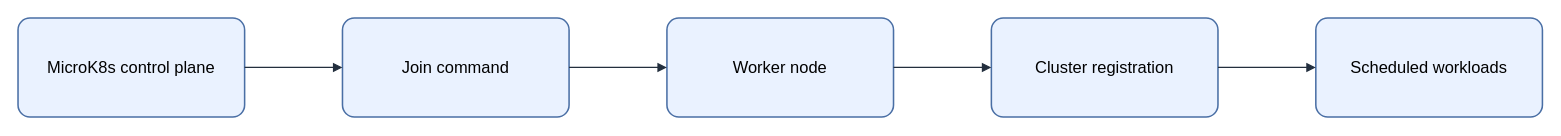
Earlier version of the draw.io diagram assets/img/kubernetes/microk8s-worker-join.drawio (KKamJi98/kkamji98.github.io). Source tidied: cells renumbered, new cells numbered last; positions are measured from the earlier drawing's top-left corner, leaving out a move shared by most shapes. Both pictures are drawn from the tidied source at 103%, with x=0, y=0 at pixel (18, 18).
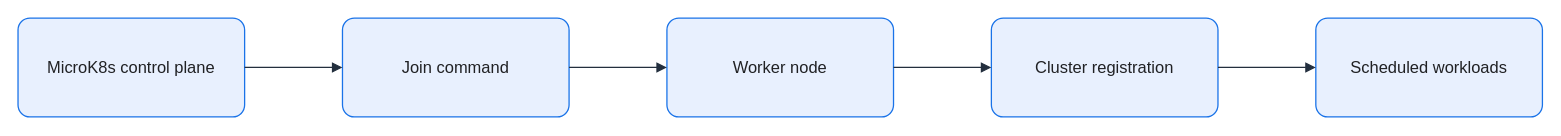
After the change.

What changed in the source:
```diff
@@
 <mxGraphModel background="#FFFFFF">
   <root>
     <mxCell id="0" />
     <mxCell id="1" parent="0" />
-    <mxCell id="2" value="MicroK8s control plane" style="rounded=1;arcSize=12;whiteSpace=wrap;html=0;fillColor=#EAF2FF;strokeColor=#4A6FA5;strokeWidth=1.5;fontColor=#000000;fontSize=16;align=center;verticalAlign=middle;spacing=8;shadow=0;" parent="1" vertex="1">
+    <mxCell id="2" value="MicroK8s control plane" style="rounded=1;arcSize=12;whiteSpace=wrap;html=0;fillColor=#E8F0FE;strokeColor=#1A73E8;strokeWidth=1.25;fontColor=#202124;fontSize=16;align=center;verticalAlign=middle;spacing=8;shadow=0;" parent="1" vertex="1">
       <mxGeometry width="220" height="96" as="geometry" />
     </mxCell>
-    <mxCell id="3" value="Join command" style="rounded=1;arcSize=12;whiteSpace=wrap;html=0;fillColor=#EAF2FF;strokeColor=#4A6FA5;strokeWidth=1.5;fontColor=#000000;fontSize=16;align=center;verticalAlign=middle;spacing=8;shadow=0;" parent="1" vertex="1">
+    <mxCell id="3" value="Join command" style="rounded=1;arcSize=12;whiteSpace=wrap;html=0;fillColor=#E8F0FE;strokeColor=#1A73E8;strokeWidth=1.25;fontColor=#202124;fontSize=16;align=center;verticalAlign=middle;spacing=8;shadow=0;" parent="1" vertex="1">
       <mxGeometry x="315" width="220" height="96" as="geometry" />
     </mxCell>
-    <mxCell id="4" value="Worker node" style="rounded=1;arcSize=12;whiteSpace=wrap;html=0;fillColor=#EAF2FF;strokeColor=#4A6FA5;strokeWidth=1.5;fontColor=#000000;fontSize=16;align=center;verticalAlign=middle;spacing=8;shadow=0;" parent="1" vertex="1">
+    <mxCell id="4" value="Worker node" style="rounded=1;arcSize=12;whiteSpace=wrap;html=0;fillColor=#E8F0FE;strokeColor=#1A73E8;strokeWidth=1.25;fontColor=#202124;fontSize=16;align=center;verticalAlign=middle;spacing=8;shadow=0;" parent="1" vertex="1">
       <mxGeometry x="630" width="220" height="96" as="geometry" />
     </mxCell>
-    <mxCell id="5" value="Cluster registration" style="rounded=1;arcSize=12;whiteSpace=wrap;html=0;fillColor=#EAF2FF;strokeColor=#4A6FA5;strokeWidth=1.5;fontColor=#000000;fontSize=16;align=center;verticalAlign=middle;spacing=8;shadow=0;" parent="1" vertex="1">
+    <mxCell id="5" value="Cluster registration" style="rounded=1;arcSize=12;whiteSpace=wrap;html=0;fillColor=#E8F0FE;strokeColor=#1A73E8;strokeWidth=1.25;fontColor=#202124;fontSize=16;align=center;verticalAlign=middle;spacing=8;shadow=0;" parent="1" vertex="1">
       <mxGeometry x="945" width="220" height="96" as="geometry" />
     </mxCell>
-    <mxCell id="6" value="Scheduled workloads" style="rounded=1;arcSize=12;whiteSpace=wrap;html=0;fillColor=#EAF2FF;strokeColor=#4A6FA5;strokeWidth=1.5;fontColor=#000000;fontSize=16;align=center;verticalAlign=middle;spacing=8;shadow=0;" parent="1" vertex="1">
+    <mxCell id="6" value="Scheduled workloads" style="rounded=1;arcSize=12;whiteSpace=wrap;html=0;fillColor=#E8F0FE;strokeColor=#1A73E8;strokeWidth=1.25;fontColor=#202124;fontSize=16;align=center;verticalAlign=middle;spacing=8;shadow=0;" parent="1" vertex="1">
       <mxGeometry x="1260" width="220" height="96" as="geometry" />
     </mxCell>
-    <mxCell id="7" style="edgeStyle=orthogonalEdgeStyle;rounded=0;jettySize=auto;html=0;endArrow=block;endFill=1;strokeColor=#232F3E;strokeWidth=1.25;fontColor=#000000;labelBackgroundColor=none;exitX=1;exitY=0.5;exitDx=0;exitDy=0;entryX=0;entryY=0.5;entryDx=0;entryDy=0;" parent="1" edge="1" source="2" target="3">
+    <mxCell id="7" style="edgeStyle=orthogonalEdgeStyle;rounded=0;jettySize=auto;html=0;endArrow=block;endFill=1;strokeColor=#232F3E;strokeWidth=1.25;fontColor=#202124;labelBackgroundColor=none;exitX=1;exitY=0.5;exitDx=0;exitDy=0;entryX=0;entryY=0.5;entryDx=0;entryDy=0;endSize=7;" parent="1" edge="1" source="2" target="3">
       <mxGeometry relative="1" as="geometry" />
     </mxCell>
-    <mxCell id="8" style="edgeStyle=orthogonalEdgeStyle;rounded=0;jettySize=auto;html=0;endArrow=block;endFill=1;strokeColor=#232F3E;strokeWidth=1.25;fontColor=#000000;labelBackgroundColor=none;exitX=1;exitY=0.5;exitDx=0;exitDy=0;entryX=0;entryY=0.5;entryDx=0;entryDy=0;" parent="1" edge="1" source="3" target="4">
+    <mxCell id="8" style="edgeStyle=orthogonalEdgeStyle;rounded=0;jettySize=auto;html=0;endArrow=block;endFill=1;strokeColor=#232F3E;strokeWidth=1.25;fontColor=#202124;labelBackgroundColor=none;exitX=1;exitY=0.5;exitDx=0;exitDy=0;entryX=0;entryY=0.5;entryDx=0;entryDy=0;endSize=7;" parent="1" edge="1" source="3" target="4">
       <mxGeometry relative="1" as="geometry" />
     </mxCell>
-    <mxCell id="9" style="edgeStyle=orthogonalEdgeStyle;rounded=0;jettySize=auto;html=0;endArrow=block;endFill=1;strokeColor=#232F3E;strokeWidth=1.25;fontColor=#000000;labelBackgroundColor=none;exitX=1;exitY=0.5;exitDx=0;exitDy=0;entryX=0;entryY=0.5;entryDx=0;entryDy=0;" parent="1" edge="1" source="4" target="5">
+    <mxCell id="9" style="edgeStyle=orthogonalEdgeStyle;rounded=0;jettySize=auto;html=0;endArrow=block;endFill=1;strokeColor=#232F3E;strokeWidth=1.25;fontColor=#202124;labelBackgroundColor=none;exitX=1;exitY=0.5;exitDx=0;exitDy=0;entryX=0;entryY=0.5;entryDx=0;entryDy=0;endSize=7;" parent="1" edge="1" source="4" target="5">
       <mxGeometry relative="1" as="geometry" />
     </mxCell>
-    <mxCell id="10" style="edgeStyle=orthogonalEdgeStyle;rounded=0;jettySize=auto;html=0;endArrow=block;endFill=1;strokeColor=#232F3E;strokeWidth=1.25;fontColor=#000000;labelBackgroundColor=none;exitX=1;exitY=0.5;exitDx=0;exitDy=0;entryX=0;entryY=0.5;entryDx=0;entryDy=0;" parent="1" edge="1" source="5" target="6">
+    <mxCell id="10" style="edgeStyle=orthogonalEdgeStyle;rounded=0;jettySize=auto;html=0;endArrow=block;endFill=1;strokeColor=#232F3E;strokeWidth=1.25;fontColor=#202124;labelBackgroundColor=none;exitX=1;exitY=0.5;exitDx=0;exitDy=0;entryX=0;entryY=0.5;entryDx=0;entryDy=0;endSize=7;" parent="1" edge="1" source="5" target="6">
       <mxGeometry relative="1" as="geometry" />
     </mxCell>
   </root>
 </mxGraphModel>
```
